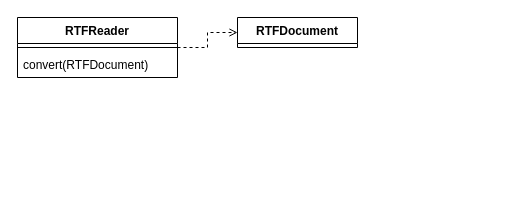
Janette-Hua/111-1-Software-Engineering-Design keeps this draw.io diagram as HW2 RTFConverter.drawio. Above is the earlier version. Source tidied: cells renumbered, new cells numbered last; positions are measured from the earlier drawing's top-left corner, leaving out a move shared by most shapes. Both pictures are drawn from the tidied source at 100%, with x=0, y=0 at pixel (17, 17).
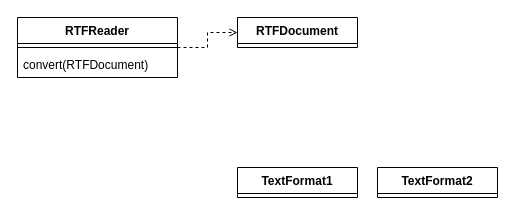
The same page after the edit.

Diff of the diagram source:
```diff
@@
 <mxGraphModel>
   <root>
     <mxCell id="0" />
     <mxCell id="1" parent="0" />
     <mxCell id="2" style="edgeStyle=orthogonalEdgeStyle;rounded=0;jettySize=auto;html=1;exitX=1;exitY=0.5;exitDx=0;exitDy=0;entryX=0;entryY=0.5;entryDx=0;entryDy=0;dashed=1;endArrow=open;endFill=0;" parent="1" edge="1" source="3" target="6">
       <mxGeometry relative="1" as="geometry" />
     </mxCell>
     <mxCell id="3" value="RTFReader" style="swimlane;fontStyle=1;align=center;verticalAlign=top;horizontal=1;startSize=26;whiteSpace=wrap;html=1;" parent="1" vertex="1">
       <mxGeometry width="160" height="60" as="geometry" />
     </mxCell>
     <mxCell id="4" style="line;strokeWidth=1;fillColor=none;align=left;verticalAlign=middle;spacingTop=-1;spacingLeft=3;spacingRight=3;labelPosition=right;strokeColor=inherit;" parent="3" vertex="1">
       <mxGeometry y="26" width="160" height="8" as="geometry" />
     </mxCell>
     <mxCell id="5" value="convert(RTFDocument)" style="text;strokeColor=none;fillColor=none;align=left;verticalAlign=top;spacingLeft=4;spacingRight=4;overflow=hidden;whiteSpace=wrap;html=1;" parent="3" vertex="1">
       <mxGeometry y="34" width="160" height="26" as="geometry" />
     </mxCell>
     <mxCell id="6" value="RTFDocument" style="swimlane;fontStyle=1;align=center;verticalAlign=top;horizontal=1;startSize=26;whiteSpace=wrap;html=1;" parent="1" vertex="1" collapsed="1">
       <mxGeometry x="220" width="120" height="30" as="geometry" />
     </mxCell>
+    <mxCell id="7" value="TextFormat1" style="swimlane;fontStyle=1;align=center;verticalAlign=top;horizontal=1;startSize=26;whiteSpace=wrap;html=1;" parent="1" vertex="1" collapsed="1">
+      <mxGeometry x="220" y="150" width="120" height="30" as="geometry" />
+    </mxCell>
+    <mxCell id="8" value="TextFormat2" style="swimlane;fontStyle=1;align=center;verticalAlign=top;horizontal=1;startSize=26;whiteSpace=wrap;html=1;" parent="1" vertex="1" collapsed="1">
+      <mxGeometry x="360" y="150" width="120" height="30" as="geometry" />
+    </mxCell>
   </root>
 </mxGraphModel>
```
